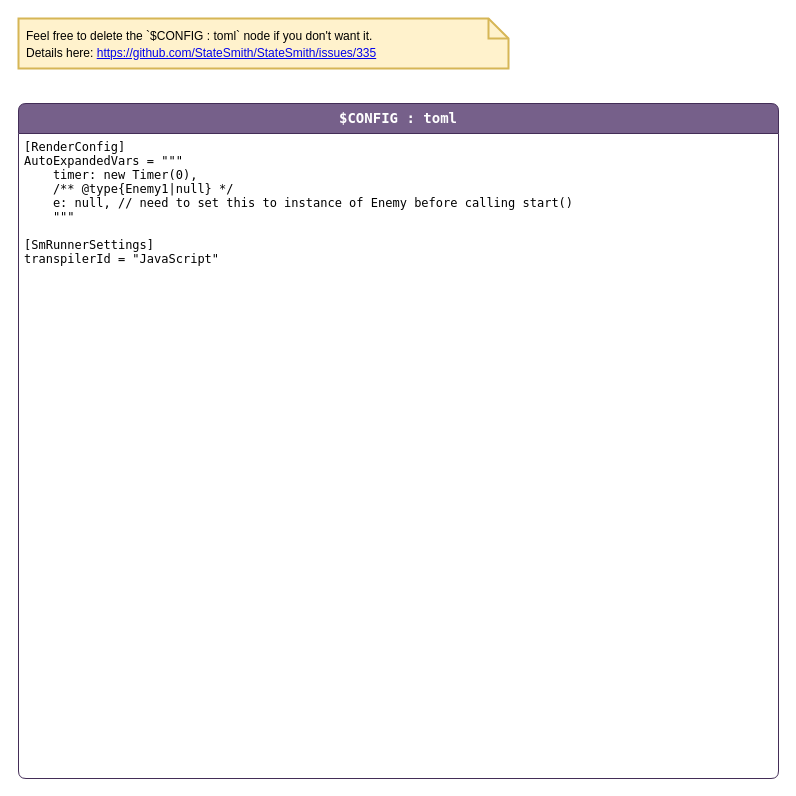
The draw.io diagram page "config" (2 of 3) of enemy1/Enemy1Sm.drawio in adamfk/game-fsm-examples, before the edit. Source tidied: cells renumbered, new cells numbered last; positions are measured from the earlier drawing's top-left corner, leaving out a move shared by most shapes. Both pictures are drawn from the tidied source at 100%, with x=0, y=0 at pixel (18, 18).
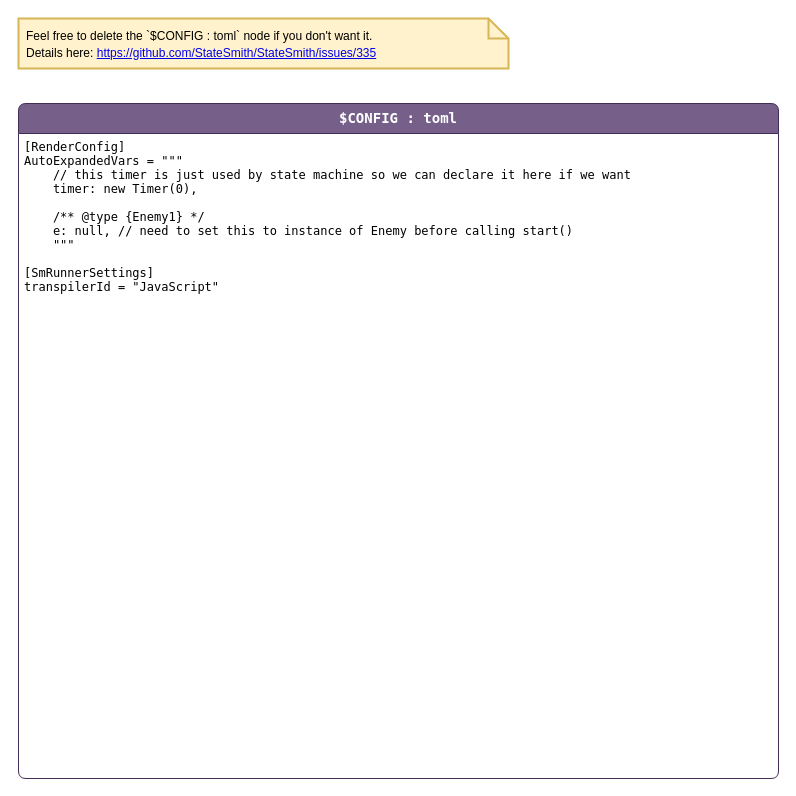
Above is the later version.

Change to the diagram source:
```diff
@@
 <mxGraphModel>
   <root>
     <mxCell id="0" />
     <mxCell id="1" parent="0" />
     <mxCell id="2" value="$CONFIG : toml" style="shape=swimlane;align=center;verticalAlign=top;fontFamily=Lucida Console;startSize=30;fontSize=14;fontStyle=1;swimlaneFillColor=default;rounded=1;arcSize=15;absoluteArcSize=1;fillColor=#76608a;strokeColor=#432D57;fontColor=#ffffff;" parent="1" vertex="1">
       <mxGeometry y="85" width="760" height="675" as="geometry" />
     </mxCell>
-    <mxCell id="3" value="[RenderConfig]&#10;AutoExpandedVars = &quot;&quot;&quot;&#10;    timer: new Timer(0),&#10;    /** @type{Enemy1|null} */&#10;    e: null, // need to set this to instance of Enemy before calling start()&#10;    &quot;&quot;&quot;&#10;&#10;[SmRunnerSettings]&#10;transpilerId = &quot;JavaScript&quot;" style="fontFamily=Lucida Console;align=left;verticalAlign=top;fillColor=none;gradientColor=none;strokeColor=none;rounded=0;spacingLeft=4;" parent="2" vertex="1">
-      <mxGeometry y="30" width="580" height="140" as="geometry" />
+    <mxCell id="3" value="[RenderConfig]&#10;AutoExpandedVars = &quot;&quot;&quot;&#10;    // this timer is just used by state machine so we can declare it here if we want&#10;    timer: new Timer(0),&#10;&#10;    /** @type {Enemy1} */&#10;    e: null, // need to set this to instance of Enemy before calling start()&#10;    &quot;&quot;&quot;&#10;&#10;[SmRunnerSettings]&#10;transpilerId = &quot;JavaScript&quot;" style="fontFamily=Lucida Console;align=left;verticalAlign=top;fillColor=none;gradientColor=none;strokeColor=none;rounded=0;spacingLeft=4;" parent="2" vertex="1">
+      <mxGeometry y="30" width="630" height="170" as="geometry" />
     </mxCell>
     <mxCell id="4" value="&lt;span style=&quot;color: rgb(0, 0, 0); font-size: 12px;&quot;&gt;Feel free to delete the `$CONFIG : toml` node if you don't want it.&lt;/span&gt;&lt;br style=&quot;color: rgb(0, 0, 0); font-size: 12px;&quot;&gt;&lt;span style=&quot;color: rgb(0, 0, 0); font-size: 12px;&quot;&gt;Details here:&amp;nbsp;&lt;/span&gt;&lt;a style=&quot;font-size: 12px;&quot; href=&quot;https://github.com/StateSmith/StateSmith/issues/335&quot;&gt;https://github.com/StateSmith/StateSmith/issues/335&lt;/a&gt;" style="shape=note;strokeWidth=2;fontSize=14;size=20;whiteSpace=wrap;html=1;fillColor=#fff2cc;strokeColor=#d6b656;fontColor=#2B2B00;align=left;spacingLeft=6;" parent="1" vertex="1">
       <mxGeometry width="490" height="50" as="geometry" />
     </mxCell>
   </root>
 </mxGraphModel>
```
